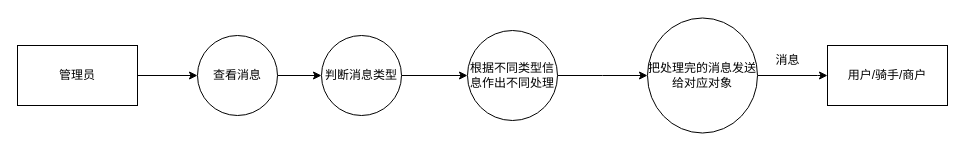
czely/czely.github.io keeps this draw.io diagram as page "管理员当前系统逻辑模型" (4 of 11) of Untitled Diagram.drawio. Above is the earlier version. Source tidied: cells renumbered, new cells numbered last; positions are measured from the earlier drawing's top-left corner, leaving out a move shared by most shapes. Both pictures are drawn from the tidied source at 100%, with x=0, y=0 at pixel (17, 18).
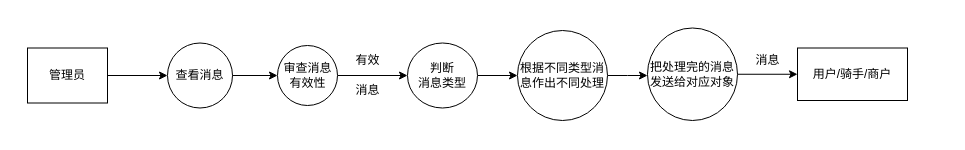
The same diagram, later.

Diff of the diagram source:
```diff
@@
 <mxGraphModel>
   <root>
     <mxCell id="0" />
     <mxCell id="1" parent="0" />
-    <mxCell id="2" style="edgeStyle=orthogonalEdgeStyle;rounded=0;jettySize=auto;html=1;exitX=1;exitY=0.5;exitDx=0;exitDy=0;entryX=0;entryY=0.5;entryDx=0;entryDy=0;" parent="1" edge="1" source="3" target="6">
+    <mxCell id="2" style="edgeStyle=orthogonalEdgeStyle;rounded=0;jettySize=auto;html=1;exitX=1;exitY=0.5;exitDx=0;exitDy=0;entryX=0;entryY=0.5;entryDx=0;entryDy=0;" parent="1" edge="1" source="15" target="6">
       <mxGeometry relative="1" as="geometry" />
     </mxCell>
     <mxCell id="3" value="查看消息" style="ellipse;whiteSpace=wrap;html=1;" parent="1" vertex="1">
-      <mxGeometry x="180" y="17" width="80" height="80" as="geometry" />
+      <mxGeometry x="150" y="24.5" width="65" height="65" as="geometry" />
     </mxCell>
     <mxCell id="4" value="管理员" style="rounded=0;whiteSpace=wrap;html=1;" parent="1" vertex="1">
-      <mxGeometry y="27" width="120" height="60" as="geometry" />
+      <mxGeometry x="10" y="29.5" width="80" height="55" as="geometry" />
     </mxCell>
     <mxCell id="5" style="edgeStyle=orthogonalEdgeStyle;rounded=0;jettySize=auto;html=1;exitX=1;exitY=0.5;exitDx=0;exitDy=0;entryX=0;entryY=0.5;entryDx=0;entryDy=0;" parent="1" edge="1" source="6" target="8">
       <mxGeometry relative="1" as="geometry" />
     </mxCell>
-    <mxCell id="6" value="判断消息类型" style="ellipse;whiteSpace=wrap;html=1;" parent="1" vertex="1">
-      <mxGeometry x="304" y="17" width="80" height="80" as="geometry" />
+    <mxCell id="6" value="判断&lt;br&gt;消息类型" style="ellipse;whiteSpace=wrap;html=1;" parent="1" vertex="1">
+      <mxGeometry x="390" y="24.5" width="70" height="65" as="geometry" />
     </mxCell>
     <mxCell id="7" style="edgeStyle=orthogonalEdgeStyle;rounded=0;jettySize=auto;html=1;exitX=1;exitY=0.5;exitDx=0;exitDy=0;" parent="1" edge="1" source="8">
       <mxGeometry relative="1" as="geometry">
         <mxPoint x="630" y="57" as="targetPoint" />
       </mxGeometry>
     </mxCell>
-    <mxCell id="8" value="根据不同类型信息作出不同处理" style="ellipse;whiteSpace=wrap;html=1;" parent="1" vertex="1">
-      <mxGeometry x="450" y="12" width="90" height="90" as="geometry" />
+    <mxCell id="8" value="根据不同类型消息作出不同处理" style="ellipse;whiteSpace=wrap;html=1;" parent="1" vertex="1">
+      <mxGeometry x="500" y="12" width="90" height="90" as="geometry" />
     </mxCell>
-    <mxCell id="9" style="edgeStyle=orthogonalEdgeStyle;rounded=0;jettySize=auto;html=1;exitX=1;exitY=0.5;exitDx=0;exitDy=0;" parent="1" edge="1" source="10">
-      <mxGeometry relative="1" as="geometry">
-        <mxPoint x="810" y="57" as="targetPoint" />
-        <Array as="points">
-          <mxPoint x="800" y="57" />
-        </Array>
-      </mxGeometry>
-    </mxCell>
+    <mxCell id="14" style="edgeStyle=orthogonalEdgeStyle;rounded=0;jettySize=auto;html=1;" parent="1" edge="1" source="10" target="11">
+      <mxGeometry relative="1" as="geometry" />
+    </mxCell>
-    <mxCell id="10" value="把处理完的消息发送给对应对象" style="ellipse;whiteSpace=wrap;html=1;" parent="1" vertex="1">
-      <mxGeometry x="630" y="-0.5" width="110" height="115" as="geometry" />
+    <mxCell id="10" value="把处理完的消息&lt;br&gt;发送给对应对象" style="ellipse;whiteSpace=wrap;html=1;" parent="1" vertex="1">
+      <mxGeometry x="630" y="9.5" width="90" height="92.5" as="geometry" />
     </mxCell>
     <mxCell id="11" value="用户/骑手/商户" style="whiteSpace=wrap;html=1;" parent="1" vertex="1">
-      <mxGeometry x="810" y="27" width="120" height="60" as="geometry" />
+      <mxGeometry x="780" y="29.5" width="110" height="52.5" as="geometry" />
     </mxCell>
-    <mxCell id="12" value="消息" style="text;html=1;align=center;verticalAlign=middle;" parent="1" vertex="1">
-      <mxGeometry x="750" y="32" width="40" height="20" as="geometry" />
-    </mxCell>
     <mxCell id="13" style="endArrow=classic;html=1;exitX=1;exitY=0.5;exitDx=0;exitDy=0;entryX=0;entryY=0.5;entryDx=0;entryDy=0;" parent="1" edge="1" source="4" target="3">
       <mxGeometry relative="1" as="geometry" />
     </mxCell>
+    <mxCell id="15" value="审查消息&lt;br&gt;有效性" style="shape=ellipse;html=1;dashed=0;whitespace=wrap;perimeter=ellipsePerimeter;" parent="1" vertex="1">
+      <mxGeometry x="260" y="27" width="60" height="60" as="geometry" />
+    </mxCell>
+    <mxCell id="16" style="edgeStyle=orthogonalEdgeStyle;rounded=0;jettySize=auto;html=1;exitX=1;exitY=0.5;exitDx=0;exitDy=0;entryX=0;entryY=0.5;entryDx=0;entryDy=0;" parent="1" edge="1" source="3" target="15">
+      <mxGeometry relative="1" as="geometry" />
+    </mxCell>
+    <mxCell id="17" value="消息" style="text;html=1;align=center;verticalAlign=middle;" parent="1" vertex="1">
+      <mxGeometry x="730" y="32" width="40" height="20" as="geometry" />
+    </mxCell>
+    <mxCell id="18" value="有效" style="text;html=1;align=center;verticalAlign=middle;" parent="1" vertex="1">
+      <mxGeometry x="330" y="32" width="40" height="20" as="geometry" />
+    </mxCell>
+    <mxCell id="19" value="消息" style="text;html=1;align=center;verticalAlign=middle;" parent="1" vertex="1">
+      <mxGeometry x="330" y="62" width="40" height="20" as="geometry" />
+    </mxCell>
   </root>
 </mxGraphModel>
```
